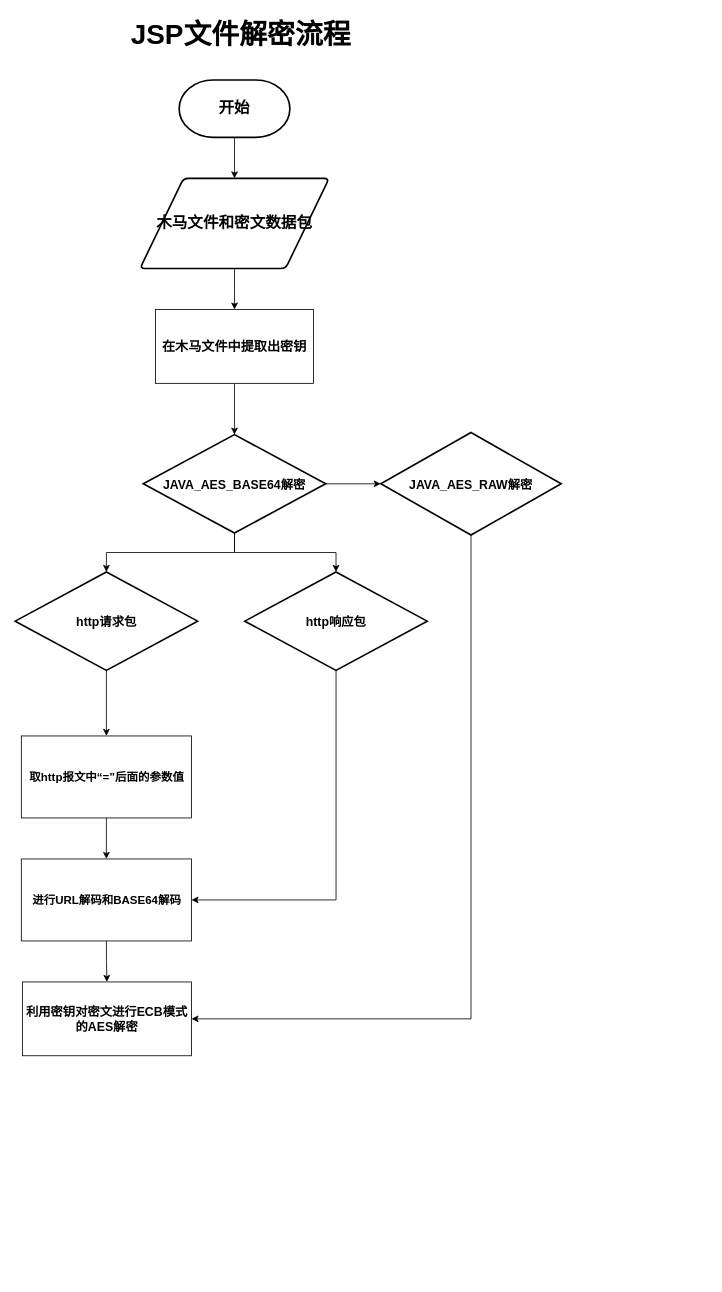
Above: 未命名绘图.drawio in huaze28/writeup (draw.io), before the change. Source tidied: cells renumbered, new cells numbered last; positions are measured from the earlier drawing's top-left corner, leaving out a move shared by most shapes. Both pictures are drawn from the tidied source at 82%, with x=0, y=0 at pixel (15, 14).
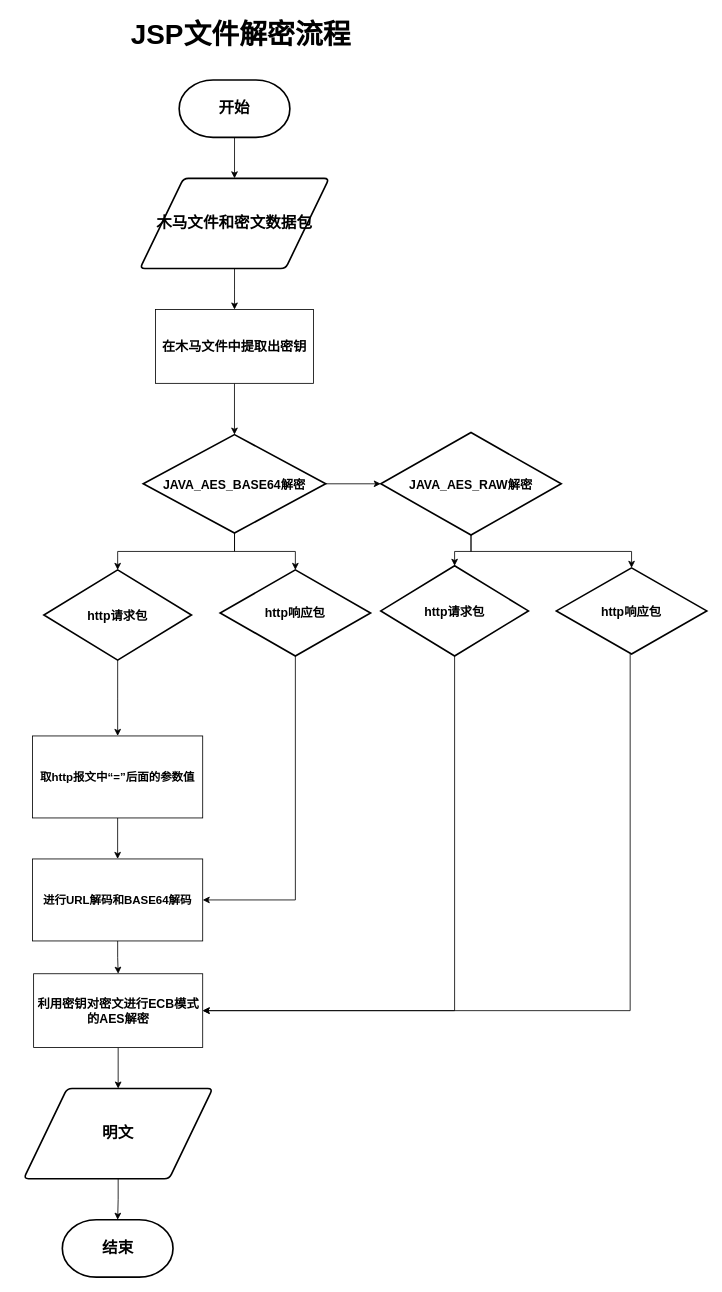
After the change.

Commit message:
更新未命名绘图.drawio

The change refers to these unchanged cells:
```xml
<mxCell id="12" value="&lt;b style=&quot;border-color: var(--border-color); font-size: 15px;&quot;&gt;JAVA_AES_RAW解密&lt;/b&gt;" style="strokeWidth=2;html=1;shape=mxgraph.flowchart.decision;whiteSpace=wrap;" parent="1" vertex="1">
  <mxGeometry x="445.9" y="510" width="220" height="125" as="geometry" />
</mxCell>
```

Change to the diagram source:
```diff
@@
-    <mxCell id="11" style="edgeStyle=orthogonalEdgeStyle;rounded=0;jettySize=auto;html=1;entryX=1;entryY=0.5;entryDx=0;entryDy=0;" parent="1" edge="1" source="12" target="15">
-      <mxGeometry relative="1" as="geometry">
-        <Array as="points">
-          <mxPoint x="556" y="1225" />
-        </Array>
-      </mxGeometry>
-    </mxCell>
+    <mxCell id="24" style="edgeStyle=orthogonalEdgeStyle;rounded=0;jettySize=auto;html=1;entryX=0.5;entryY=0;entryDx=0;entryDy=0;entryPerimeter=0;" parent="1" edge="1" source="12" target="31">
+      <mxGeometry relative="1" as="geometry" />
+    </mxCell>
+    <mxCell id="25" style="edgeStyle=orthogonalEdgeStyle;rounded=0;jettySize=auto;html=1;entryX=0.5;entryY=0;entryDx=0;entryDy=0;entryPerimeter=0;" parent="1" edge="1" source="12" target="33">
+      <mxGeometry relative="1" as="geometry" />
+    </mxCell>
@@
     <mxCell id="14" value="&lt;font style=&quot;font-size: 14px;&quot;&gt;&lt;b&gt;取http报文中“=”后面的参数值&lt;/b&gt;&lt;/font&gt;" style="rounded=0;whiteSpace=wrap;html=1;" parent="1" vertex="1">
-      <mxGeometry x="7.5" y="880" width="207.5" height="100" as="geometry" />
+      <mxGeometry x="21.2" y="880" width="207.5" height="100" as="geometry" />
     </mxCell>
+    <mxCell id="26" style="edgeStyle=orthogonalEdgeStyle;rounded=0;jettySize=auto;html=1;" parent="1" edge="1" source="15" target="28">
+      <mxGeometry relative="1" as="geometry" />
+    </mxCell>
     <mxCell id="15" value="&lt;font style=&quot;font-size: 15px;&quot;&gt;&lt;b&gt;利用密钥对密文进行ECB模式的AES解密&lt;/b&gt;&lt;/font&gt;" style="rounded=0;whiteSpace=wrap;html=1;" parent="1" vertex="1">
-      <mxGeometry x="8.8" y="1180" width="206.2" height="90" as="geometry" />
+      <mxGeometry x="22.5" y="1170" width="206.2" height="90" as="geometry" />
     </mxCell>
@@
     <mxCell id="19" value="&lt;font size=&quot;1&quot; style=&quot;&quot;&gt;&lt;b style=&quot;font-size: 15px;&quot;&gt;http请求包&lt;/b&gt;&lt;/font&gt;" style="strokeWidth=2;html=1;shape=mxgraph.flowchart.decision;whiteSpace=wrap;" parent="1" vertex="1">
-      <mxGeometry y="680" width="222.5" height="120" as="geometry" />
+      <mxGeometry x="35" y="677.5" width="180" height="110" as="geometry" />
     </mxCell>
     <mxCell id="20" style="edgeStyle=orthogonalEdgeStyle;rounded=0;jettySize=auto;html=1;entryX=1;entryY=0.5;entryDx=0;entryDy=0;" parent="1" edge="1" source="21" target="23">
       <mxGeometry relative="1" as="geometry">
         <Array as="points">
-          <mxPoint x="391" y="1080" />
+          <mxPoint x="342" y="1080" />
         </Array>
       </mxGeometry>
     </mxCell>
     <mxCell id="21" value="&lt;font size=&quot;1&quot; style=&quot;&quot;&gt;&lt;b style=&quot;font-size: 15px;&quot;&gt;http响应包&lt;/b&gt;&lt;/font&gt;" style="strokeWidth=2;html=1;shape=mxgraph.flowchart.decision;whiteSpace=wrap;" parent="1" vertex="1">
-      <mxGeometry x="280" y="680" width="222.5" height="120" as="geometry" />
+      <mxGeometry x="250" y="677.5" width="183.4" height="105" as="geometry" />
     </mxCell>
@@
     <mxCell id="23" value="&lt;font style=&quot;font-size: 14px;&quot;&gt;&lt;b&gt;进行URL解码和BASE64解码&lt;/b&gt;&lt;/font&gt;" style="rounded=0;whiteSpace=wrap;html=1;" parent="1" vertex="1">
-      <mxGeometry x="7.5" y="1030" width="207.5" height="100" as="geometry" />
+      <mxGeometry x="21.2" y="1030" width="207.5" height="100" as="geometry" />
     </mxCell>
+    <mxCell id="27" style="edgeStyle=orthogonalEdgeStyle;rounded=0;jettySize=auto;html=1;" parent="1" edge="1" source="28" target="29">
+      <mxGeometry relative="1" as="geometry" />
+    </mxCell>
+    <mxCell id="28" value="&lt;font style=&quot;font-size: 19px;&quot;&gt;&lt;b&gt;明文&lt;br&gt;&lt;/b&gt;&lt;/font&gt;" style="shape=parallelogram;html=1;strokeWidth=2;perimeter=parallelogramPerimeter;whiteSpace=wrap;rounded=1;arcSize=12;size=0.23;" parent="1" vertex="1">
+      <mxGeometry x="10.3" y="1310" width="230.6" height="110" as="geometry" />
+    </mxCell>
+    <mxCell id="29" value="&lt;font style=&quot;font-size: 19px;&quot;&gt;&lt;b&gt;结束&lt;/b&gt;&lt;/font&gt;" style="strokeWidth=2;html=1;shape=mxgraph.flowchart.terminator;whiteSpace=wrap;" parent="1" vertex="1">
+      <mxGeometry x="57.5" y="1470" width="135" height="70" as="geometry" />
+    </mxCell>
+    <mxCell id="30" style="edgeStyle=orthogonalEdgeStyle;rounded=0;jettySize=auto;html=1;entryX=1;entryY=0.5;entryDx=0;entryDy=0;" parent="1" edge="1" source="31" target="15">
+      <mxGeometry relative="1" as="geometry">
+        <Array as="points">
+          <mxPoint x="536" y="1215" />
+        </Array>
+      </mxGeometry>
+    </mxCell>
+    <mxCell id="31" value="&lt;font size=&quot;1&quot; style=&quot;&quot;&gt;&lt;b style=&quot;font-size: 15px;&quot;&gt;http请求包&lt;/b&gt;&lt;/font&gt;" style="strokeWidth=2;html=1;shape=mxgraph.flowchart.decision;whiteSpace=wrap;" parent="1" vertex="1">
+      <mxGeometry x="445.9" y="672.5" width="180" height="110" as="geometry" />
+    </mxCell>
+    <mxCell id="32" style="edgeStyle=orthogonalEdgeStyle;rounded=0;jettySize=auto;html=1;entryX=1;entryY=0.5;entryDx=0;entryDy=0;" parent="1" edge="1" source="33" target="15">
+      <mxGeometry relative="1" as="geometry">
+        <Array as="points">
+          <mxPoint x="750" y="1215" />
+        </Array>
+      </mxGeometry>
+    </mxCell>
+    <mxCell id="33" value="&lt;font size=&quot;1&quot; style=&quot;&quot;&gt;&lt;b style=&quot;font-size: 15px;&quot;&gt;http响应包&lt;/b&gt;&lt;/font&gt;" style="strokeWidth=2;html=1;shape=mxgraph.flowchart.decision;whiteSpace=wrap;" parent="1" vertex="1">
+      <mxGeometry x="660" y="675" width="183.4" height="105" as="geometry" />
+    </mxCell>
```
